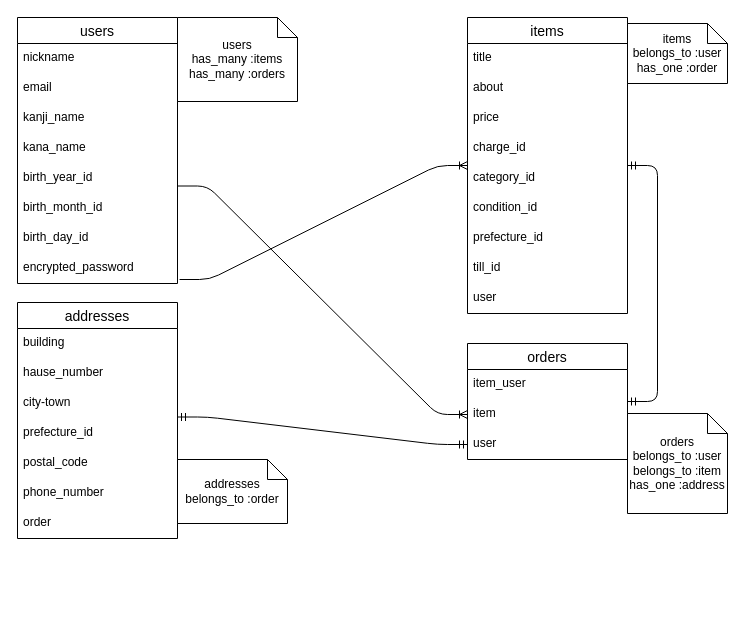
Jumoku-tree/furima-37832 keeps this draw.io diagram as er.drawio. Above is the earlier version. Source tidied: cells renumbered, new cells numbered last; positions are measured from the earlier drawing's top-left corner, leaving out a move shared by most shapes. Both pictures are drawn from the tidied source at 100%, with x=0, y=0 at pixel (17, 17).
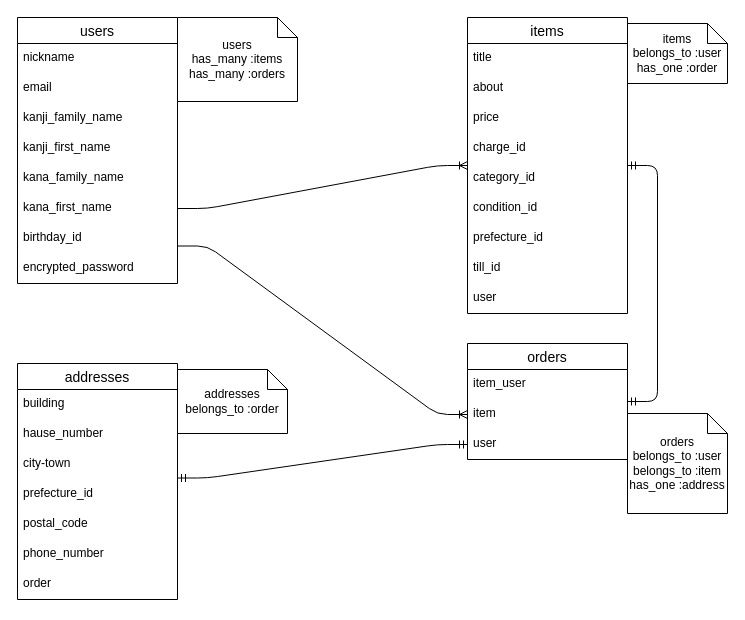
The same diagram, later.

The change refers to these unchanged cells:
```xml
<mxCell id="2" value="users" style="swimlane;fontStyle=0;horizontal=1;startSize=26;align=center;fontSize=14;" parent="1" vertex="1">
  <mxGeometry width="160" height="266" as="geometry" />
</mxCell>
<mxCell id="10" value="encrypted_password" style="text;strokeColor=none;fillColor=none;spacingLeft=4;spacingRight=4;overflow=hidden;points=[[0,0.5],[1,0.5]];portConstraint=eastwest;fontSize=12;" parent="2" vertex="1">
  <mxGeometry y="236" width="160" height="30" as="geometry" />
</mxCell>
<mxCell id="11" value="items" style="swimlane;fontStyle=0;horizontal=1;startSize=26;align=center;fontSize=14;" parent="1" vertex="1">
  <mxGeometry x="450" width="160" height="296" as="geometry" />
</mxCell>
```

Diff of the diagram source:
```diff
@@
-    <mxCell id="5" value="kanji_name" style="text;strokeColor=none;fillColor=none;spacingLeft=4;spacingRight=4;overflow=hidden;fontSize=12;" parent="2" vertex="1">
+    <mxCell id="5" value="kanji_family_name" style="text;strokeColor=none;fillColor=none;spacingLeft=4;spacingRight=4;overflow=hidden;fontSize=12;" parent="2" vertex="1">
       <mxGeometry y="86" width="160" height="30" as="geometry" />
     </mxCell>
+    <mxCell id="41" value="kanji_first_name" style="text;strokeColor=none;fillColor=none;spacingLeft=4;spacingRight=4;overflow=hidden;fontSize=12;" parent="2" vertex="1">
+      <mxGeometry y="116" width="160" height="30" as="geometry" />
+    </mxCell>
-    <mxCell id="6" value="kana_name" style="text;strokeColor=none;fillColor=none;spacingLeft=4;spacingRight=4;overflow=hidden;fontSize=12;" parent="2" vertex="1">
-      <mxGeometry y="116" width="160" height="30" as="geometry" />
+    <mxCell id="6" value="kana_family_name" style="text;strokeColor=none;fillColor=none;spacingLeft=4;spacingRight=4;overflow=hidden;fontSize=12;" parent="2" vertex="1">
+      <mxGeometry y="146" width="160" height="30" as="geometry" />
     </mxCell>
+    <mxCell id="42" value="kana_first_name" style="text;strokeColor=none;fillColor=none;spacingLeft=4;spacingRight=4;overflow=hidden;points=[[0,0.5],[1,0.5]];portConstraint=eastwest;fontSize=12;" parent="2" vertex="1">
+      <mxGeometry y="176" width="160" height="30" as="geometry" />
+    </mxCell>
-    <mxCell id="7" value="birth_year_id" style="text;strokeColor=none;fillColor=none;spacingLeft=4;spacingRight=4;overflow=hidden;points=[[0,0.5],[1,0.5]];portConstraint=eastwest;fontSize=12;" parent="2" vertex="1">
-      <mxGeometry y="146" width="160" height="30" as="geometry" />
+    <mxCell id="7" value="birthday_id" style="text;strokeColor=none;fillColor=none;spacingLeft=4;spacingRight=4;overflow=hidden;points=[[0,0.5],[1,0.5]];portConstraint=eastwest;fontSize=12;" parent="2" vertex="1">
+      <mxGeometry y="206" width="160" height="30" as="geometry" />
     </mxCell>
-    <mxCell id="8" value="birth_month_id" style="text;strokeColor=none;fillColor=none;spacingLeft=4;spacingRight=4;overflow=hidden;fontSize=12;" parent="2" vertex="1">
-      <mxGeometry y="176" width="160" height="30" as="geometry" />
-    </mxCell>
-    <mxCell id="9" value="birth_day_id" style="text;strokeColor=none;fillColor=none;spacingLeft=4;spacingRight=4;overflow=hidden;fontSize=12;" parent="2" vertex="1">
-      <mxGeometry y="206" width="160" height="30" as="geometry" />
-    </mxCell>
@@
     <mxCell id="25" value="addresses" style="swimlane;fontStyle=0;horizontal=1;startSize=26;align=center;fontSize=14;" parent="1" vertex="1">
-      <mxGeometry y="285" width="160" height="236" as="geometry" />
+      <mxGeometry y="346" width="160" height="236" as="geometry" />
     </mxCell>
@@
-    <mxCell id="33" style="edgeStyle=entityRelationEdgeStyle;fontSize=12;html=1;endArrow=ERoneToMany;exitX=1.013;exitY=0.867;exitDx=0;exitDy=0;exitPerimeter=0;" parent="1" edge="1" source="10" target="11">
+    <mxCell id="33" style="edgeStyle=entityRelationEdgeStyle;fontSize=12;html=1;endArrow=ERoneToMany;exitX=1;exitY=0.5;exitDx=0;exitDy=0;" parent="1" edge="1" source="42" target="11">
       <mxGeometry relative="1" as="geometry" />
     </mxCell>
@@
     <mxCell id="40" value="addresses&lt;br&gt;belongs_to :order" style="shape=note;size=20;whiteSpace=wrap;html=1;" parent="1" vertex="1">
-      <mxGeometry x="160" y="442" width="110" height="64" as="geometry" />
+      <mxGeometry x="160" y="352" width="110" height="64" as="geometry" />
     </mxCell>
```
